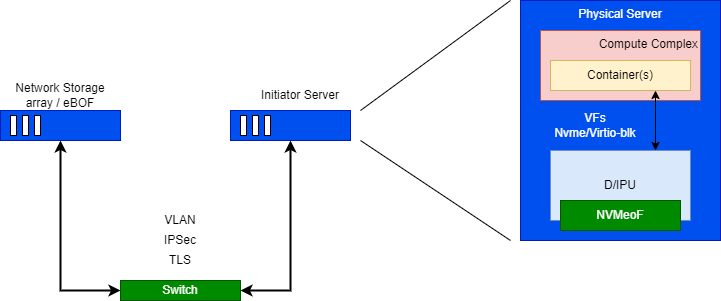
This is doc/images/API-Storage-Use-Case.png from tedstreete/opi-api, a draw.io export, as it was before one commit. Source tidied: cells renumbered, new cells last; positions are measured from the earlier drawing's top-left corner, leaving out a move shared by most shapes. Its diagram source:
```xml
<mxGraphModel>
  <root>
    <mxCell id="0" />
    <mxCell id="1" parent="0" />
    <mxCell id="2" style="group;fillColor=#0050ef;fontColor=#ffffff;strokeColor=#001DBC;" parent="1" vertex="1">
      <mxGeometry y="110" width="120" height="30" as="geometry" />
    </mxCell>
    <mxCell id="3" style="group;fillColor=#0050ef;fontColor=#ffffff;strokeColor=#001DBC;" parent="1" vertex="1">
      <mxGeometry x="230" y="110" width="120" height="30" as="geometry" />
    </mxCell>
    <mxCell id="4" value="Network Storage array / eBOF" style="text;html=1;strokeColor=none;fillColor=none;align=center;verticalAlign=middle;whiteSpace=wrap;rounded=0;" parent="1" vertex="1">
      <mxGeometry y="80" width="120" height="30" as="geometry" />
    </mxCell>
    <mxCell id="5" value="Initiator Server" style="text;html=1;strokeColor=none;fillColor=none;align=center;verticalAlign=middle;whiteSpace=wrap;rounded=0;" parent="1" vertex="1">
      <mxGeometry x="250" y="80" width="100" height="30" as="geometry" />
    </mxCell>
    <mxCell id="6" value="VLAN" style="text;html=1;strokeColor=none;fillColor=none;align=center;verticalAlign=middle;whiteSpace=wrap;rounded=0;" parent="1" vertex="1">
      <mxGeometry x="150" y="210" width="60" height="20" as="geometry" />
    </mxCell>
    <mxCell id="7" style="rounded=0;whiteSpace=wrap;html=1;fillColor=#0050ef;fontColor=#ffffff;strokeColor=#001DBC;" parent="1" vertex="1">
      <mxGeometry y="110" width="120" height="30" as="geometry" />
    </mxCell>
    <mxCell id="8" style="group;" parent="1" vertex="1">
      <mxGeometry x="10" y="115" width="30" height="20" as="geometry" />
    </mxCell>
    <mxCell id="9" style="rounded=0;whiteSpace=wrap;html=1;" parent="8" vertex="1">
      <mxGeometry width="6" height="20" as="geometry" />
    </mxCell>
    <mxCell id="10" style="rounded=0;whiteSpace=wrap;html=1;" parent="8" vertex="1">
      <mxGeometry x="24" width="6" height="20" as="geometry" />
    </mxCell>
    <mxCell id="11" style="rounded=0;whiteSpace=wrap;html=1;" parent="8" vertex="1">
      <mxGeometry x="12" width="6" height="20" as="geometry" />
    </mxCell>
    <mxCell id="12" style="rounded=0;whiteSpace=wrap;html=1;fillColor=#0050ef;fontColor=#ffffff;strokeColor=#001DBC;" parent="1" vertex="1">
      <mxGeometry x="230" y="110" width="120" height="30" as="geometry" />
    </mxCell>
    <mxCell id="13" style="group;" parent="1" vertex="1">
      <mxGeometry x="240" y="115" width="30" height="20" as="geometry" />
    </mxCell>
    <mxCell id="14" style="rounded=0;whiteSpace=wrap;html=1;" parent="13" vertex="1">
      <mxGeometry width="6" height="20" as="geometry" />
    </mxCell>
    <mxCell id="15" style="rounded=0;whiteSpace=wrap;html=1;" parent="13" vertex="1">
      <mxGeometry x="24" width="6" height="20" as="geometry" />
    </mxCell>
    <mxCell id="16" style="rounded=0;whiteSpace=wrap;html=1;" parent="13" vertex="1">
      <mxGeometry x="12" width="6" height="20" as="geometry" />
    </mxCell>
    <mxCell id="17" value="IPSec" style="text;html=1;strokeColor=none;fillColor=none;align=center;verticalAlign=middle;whiteSpace=wrap;rounded=0;" parent="1" vertex="1">
      <mxGeometry x="150" y="230" width="60" height="20" as="geometry" />
    </mxCell>
    <mxCell id="18" value="TLS" style="text;html=1;strokeColor=none;fillColor=none;align=center;verticalAlign=middle;whiteSpace=wrap;rounded=0;" parent="1" vertex="1">
      <mxGeometry x="150" y="250" width="60" height="20" as="geometry" />
    </mxCell>
    <mxCell id="19" value="Physical Server" style="rounded=0;whiteSpace=wrap;html=1;fontSize=12;fontColor=#ffffff;verticalAlign=top;fillColor=#0050ef;strokeColor=#001DBC;" parent="1" vertex="1">
      <mxGeometry x="520" width="200" height="240" as="geometry" />
    </mxCell>
    <mxCell id="20" value="Compute Complex&lt;br&gt;" style="rounded=0;whiteSpace=wrap;html=1;fontSize=12;strokeColor=#b85450;verticalAlign=top;align=right;fillColor=#f8cecc;" parent="1" vertex="1">
      <mxGeometry x="540" y="30" width="160" height="70" as="geometry" />
    </mxCell>
    <mxCell id="21" value="D/IPU" style="rounded=0;whiteSpace=wrap;html=1;fontSize=12;strokeColor=#6c8ebf;fillColor=#dae8fc;" parent="1" vertex="1">
      <mxGeometry x="550" y="150" width="140" height="70" as="geometry" />
    </mxCell>
    <mxCell id="22" value="NVMeoF" style="rounded=0;whiteSpace=wrap;html=1;fontSize=12;fontColor=#ffffff;strokeColor=#005700;fillColor=#008a00;" parent="1" vertex="1">
      <mxGeometry x="560" y="200" width="120" height="30" as="geometry" />
    </mxCell>
    <mxCell id="23" style="endArrow=none;html=1;rounded=0;fontSize=12;fontColor=#000000;" parent="1" edge="1">
      <mxGeometry relative="1" as="geometry">
        <mxPoint x="360" y="110" as="sourcePoint" />
        <mxPoint x="510" as="targetPoint" />
      </mxGeometry>
    </mxCell>
    <mxCell id="24" style="endArrow=none;html=1;rounded=0;fontSize=12;fontColor=#000000;" parent="1" edge="1">
      <mxGeometry relative="1" as="geometry">
        <mxPoint x="360" y="140" as="sourcePoint" />
        <mxPoint x="510" y="240" as="targetPoint" />
      </mxGeometry>
    </mxCell>
    <mxCell id="25" value="Container(s)" style="rounded=0;whiteSpace=wrap;html=1;fontSize=12;strokeColor=#d6b656;fillColor=#fff2cc;" parent="1" vertex="1">
      <mxGeometry x="550" y="60" width="140" height="30" as="geometry" />
    </mxCell>
    <mxCell id="26" style="endArrow=classic;startArrow=classic;html=1;rounded=0;fontSize=12;fontColor=#000000;entryX=0.75;entryY=1;entryDx=0;entryDy=0;exitX=0.75;exitY=0;exitDx=0;exitDy=0;" parent="1" edge="1" source="21" target="25">
      <mxGeometry relative="1" as="geometry" />
    </mxCell>
    <mxCell id="27" value="VFs&lt;br&gt;Nvme/Virtio-blk" style="text;html=1;strokeColor=none;fillColor=none;align=center;verticalAlign=middle;whiteSpace=wrap;rounded=0;fontSize=12;fontColor=#FFFFFF;" parent="1" vertex="1">
      <mxGeometry x="540" y="115" width="110" height="20" as="geometry" />
    </mxCell>
    <mxCell id="28" value="Switch" style="rounded=0;whiteSpace=wrap;html=1;fillColor=#008a00;strokeColor=#005700;fontColor=#ffffff;" parent="1" vertex="1">
      <mxGeometry x="120" y="280" width="120" height="20" as="geometry" />
    </mxCell>
    <mxCell id="29" style="endArrow=classic;startArrow=classic;html=1;rounded=0;exitX=0;exitY=0.5;exitDx=0;exitDy=0;entryX=0.5;entryY=1;entryDx=0;entryDy=0;strokeWidth=2;" parent="1" edge="1" source="28" target="7">
      <mxGeometry relative="1" as="geometry">
        <Array as="points">
          <mxPoint x="60" y="290" />
        </Array>
      </mxGeometry>
    </mxCell>
    <mxCell id="30" style="endArrow=classic;startArrow=classic;html=1;rounded=0;exitX=1;exitY=0.5;exitDx=0;exitDy=0;entryX=0.5;entryY=1;entryDx=0;entryDy=0;strokeWidth=2;" parent="1" edge="1" source="28" target="12">
      <mxGeometry relative="1" as="geometry">
        <Array as="points">
          <mxPoint x="290" y="290" />
        </Array>
      </mxGeometry>
    </mxCell>
  </root>
</mxGraphModel>
```
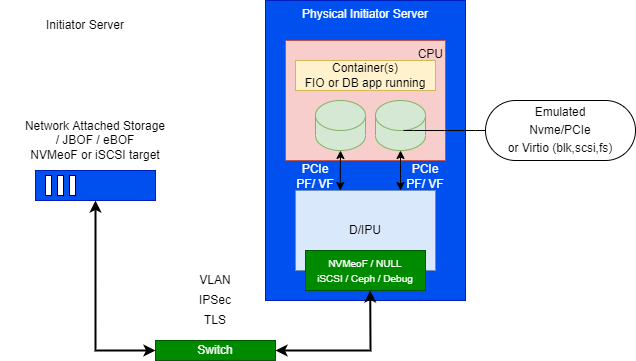
After the change.

Commit message:
storage: update storage diagram

Change to the diagram source:
```diff
@@ -1,18 +1,15 @@
-<mxGraphModel>
+<mxGraphModel background="#FFFFFF">
   <root>
     <mxCell id="0" />
     <mxCell id="1" parent="0" />
     <mxCell id="2" style="group;fillColor=#0050ef;fontColor=#ffffff;strokeColor=#001DBC;" parent="1" vertex="1">
       <mxGeometry y="110" width="120" height="30" as="geometry" />
     </mxCell>
-    <mxCell id="3" style="group;fillColor=#0050ef;fontColor=#ffffff;strokeColor=#001DBC;" parent="1" vertex="1">
-      <mxGeometry x="230" y="110" width="120" height="30" as="geometry" />
-    </mxCell>
-    <mxCell id="4" value="Network Storage array / eBOF" style="text;html=1;strokeColor=none;fillColor=none;align=center;verticalAlign=middle;whiteSpace=wrap;rounded=0;" parent="1" vertex="1">
-      <mxGeometry y="80" width="120" height="30" as="geometry" />
+    <mxCell id="4" value="Network Attached Storage&lt;br&gt;/ JBOF / eBOF&lt;br&gt;NVMeoF or iSCSI target" style="text;html=1;strokeColor=none;fillColor=none;align=center;verticalAlign=middle;whiteSpace=wrap;rounded=0;" parent="1" vertex="1">
+      <mxGeometry x="-35" y="50" width="190" height="60" as="geometry" />
     </mxCell>
     <mxCell id="5" value="Initiator Server" style="text;html=1;strokeColor=none;fillColor=none;align=center;verticalAlign=middle;whiteSpace=wrap;rounded=0;" parent="1" vertex="1">
-      <mxGeometry x="250" y="80" width="100" height="30" as="geometry" />
+      <mxGeometry y="-50" width="100" height="30" as="geometry" />
     </mxCell>
     <mxCell id="6" value="VLAN" style="text;html=1;strokeColor=none;fillColor=none;align=center;verticalAlign=middle;whiteSpace=wrap;rounded=0;" parent="1" vertex="1">
       <mxGeometry x="150" y="210" width="60" height="20" as="geometry" />
@@ -32,59 +29,29 @@
     <mxCell id="11" style="rounded=0;whiteSpace=wrap;html=1;" parent="8" vertex="1">
       <mxGeometry x="12" width="6" height="20" as="geometry" />
     </mxCell>
-    <mxCell id="12" style="rounded=0;whiteSpace=wrap;html=1;fillColor=#0050ef;fontColor=#ffffff;strokeColor=#001DBC;" parent="1" vertex="1">
-      <mxGeometry x="230" y="110" width="120" height="30" as="geometry" />
-    </mxCell>
-    <mxCell id="13" style="group;" parent="1" vertex="1">
-      <mxGeometry x="240" y="115" width="30" height="20" as="geometry" />
-    </mxCell>
-    <mxCell id="14" style="rounded=0;whiteSpace=wrap;html=1;" parent="13" vertex="1">
-      <mxGeometry width="6" height="20" as="geometry" />
-    </mxCell>
-    <mxCell id="15" style="rounded=0;whiteSpace=wrap;html=1;" parent="13" vertex="1">
-      <mxGeometry x="24" width="6" height="20" as="geometry" />
-    </mxCell>
-    <mxCell id="16" style="rounded=0;whiteSpace=wrap;html=1;" parent="13" vertex="1">
-      <mxGeometry x="12" width="6" height="20" as="geometry" />
-    </mxCell>
     <mxCell id="17" value="IPSec" style="text;html=1;strokeColor=none;fillColor=none;align=center;verticalAlign=middle;whiteSpace=wrap;rounded=0;" parent="1" vertex="1">
       <mxGeometry x="150" y="230" width="60" height="20" as="geometry" />
     </mxCell>
     <mxCell id="18" value="TLS" style="text;html=1;strokeColor=none;fillColor=none;align=center;verticalAlign=middle;whiteSpace=wrap;rounded=0;" parent="1" vertex="1">
       <mxGeometry x="150" y="250" width="60" height="20" as="geometry" />
     </mxCell>
-    <mxCell id="19" value="Physical Server" style="rounded=0;whiteSpace=wrap;html=1;fontSize=12;fontColor=#ffffff;verticalAlign=top;fillColor=#0050ef;strokeColor=#001DBC;" parent="1" vertex="1">
-      <mxGeometry x="520" width="200" height="240" as="geometry" />
+    <mxCell id="19" value="Physical Initiator Server" style="rounded=0;whiteSpace=wrap;html=1;fontSize=12;fontColor=#ffffff;verticalAlign=top;fillColor=#0050ef;strokeColor=#001DBC;" parent="1" vertex="1">
+      <mxGeometry x="230" y="-60" width="200" height="300" as="geometry" />
     </mxCell>
-    <mxCell id="20" value="Compute Complex&lt;br&gt;" style="rounded=0;whiteSpace=wrap;html=1;fontSize=12;strokeColor=#b85450;verticalAlign=top;align=right;fillColor=#f8cecc;" parent="1" vertex="1">
-      <mxGeometry x="540" y="30" width="160" height="70" as="geometry" />
+    <mxCell id="20" value="CPU" style="rounded=0;whiteSpace=wrap;html=1;fontSize=12;strokeColor=#b85450;verticalAlign=top;align=right;fillColor=#f8cecc;" parent="1" vertex="1">
+      <mxGeometry x="250" y="-20" width="160" height="120" as="geometry" />
     </mxCell>
     <mxCell id="21" value="D/IPU" style="rounded=0;whiteSpace=wrap;html=1;fontSize=12;strokeColor=#6c8ebf;fillColor=#dae8fc;" parent="1" vertex="1">
-      <mxGeometry x="550" y="150" width="140" height="70" as="geometry" />
+      <mxGeometry x="260" y="130" width="140" height="80" as="geometry" />
     </mxCell>
-    <mxCell id="22" value="NVMeoF" style="rounded=0;whiteSpace=wrap;html=1;fontSize=12;fontColor=#ffffff;strokeColor=#005700;fillColor=#008a00;" parent="1" vertex="1">
-      <mxGeometry x="560" y="200" width="120" height="30" as="geometry" />
+    <mxCell id="22" value="&lt;font style=&quot;font-size: 10px;&quot;&gt;NVMeoF / NULL&lt;br&gt;iSCSI / Ceph / Debug&lt;br&gt;&lt;/font&gt;" style="rounded=0;whiteSpace=wrap;html=1;fontSize=12;fontColor=#ffffff;strokeColor=#005700;fillColor=#008a00;" parent="1" vertex="1">
+      <mxGeometry x="270" y="190" width="120" height="40" as="geometry" />
     </mxCell>
-    <mxCell id="23" style="endArrow=none;html=1;rounded=0;fontSize=12;fontColor=#000000;" parent="1" edge="1">
-      <mxGeometry relative="1" as="geometry">
-        <mxPoint x="360" y="110" as="sourcePoint" />
-        <mxPoint x="510" as="targetPoint" />
-      </mxGeometry>
-    </mxCell>
-    <mxCell id="24" style="endArrow=none;html=1;rounded=0;fontSize=12;fontColor=#000000;" parent="1" edge="1">
-      <mxGeometry relative="1" as="geometry">
-        <mxPoint x="360" y="140" as="sourcePoint" />
-        <mxPoint x="510" y="240" as="targetPoint" />
-      </mxGeometry>
-    </mxCell>
-    <mxCell id="25" value="Container(s)" style="rounded=0;whiteSpace=wrap;html=1;fontSize=12;strokeColor=#d6b656;fillColor=#fff2cc;" parent="1" vertex="1">
-      <mxGeometry x="550" y="60" width="140" height="30" as="geometry" />
+    <mxCell id="25" value="Container(s)&lt;br&gt;FIO or DB app running" style="rounded=0;whiteSpace=wrap;html=1;fontSize=12;strokeColor=#d6b656;fillColor=#fff2cc;" parent="1" vertex="1">
+      <mxGeometry x="260" width="140" height="30" as="geometry" />
     </mxCell>
-    <mxCell id="26" style="endArrow=classic;startArrow=classic;html=1;rounded=0;fontSize=12;fontColor=#000000;entryX=0.75;entryY=1;entryDx=0;entryDy=0;exitX=0.75;exitY=0;exitDx=0;exitDy=0;" parent="1" edge="1" source="21" target="25">
-      <mxGeometry relative="1" as="geometry" />
-    </mxCell>
-    <mxCell id="27" value="VFs&lt;br&gt;Nvme/Virtio-blk" style="text;html=1;strokeColor=none;fillColor=none;align=center;verticalAlign=middle;whiteSpace=wrap;rounded=0;fontSize=12;fontColor=#FFFFFF;" parent="1" vertex="1">
-      <mxGeometry x="540" y="115" width="110" height="20" as="geometry" />
+    <mxCell id="27" value="PCIe&lt;br&gt;PF/ VF" style="text;html=1;strokeColor=none;fillColor=none;align=center;verticalAlign=middle;whiteSpace=wrap;rounded=0;fontSize=12;fontColor=#FFFFFF;" parent="1" vertex="1">
+      <mxGeometry x="260" y="106" width="40" height="20" as="geometry" />
     </mxCell>
     <mxCell id="28" value="Switch" style="rounded=0;whiteSpace=wrap;html=1;fillColor=#008a00;strokeColor=#005700;fontColor=#ffffff;" parent="1" vertex="1">
       <mxGeometry x="120" y="280" width="120" height="20" as="geometry" />
@@ -96,12 +63,40 @@
         </Array>
       </mxGeometry>
     </mxCell>
-    <mxCell id="30" style="endArrow=classic;startArrow=classic;html=1;rounded=0;exitX=1;exitY=0.5;exitDx=0;exitDy=0;entryX=0.5;entryY=1;entryDx=0;entryDy=0;strokeWidth=2;" parent="1" edge="1" source="28" target="12">
+    <mxCell id="30" style="endArrow=classic;startArrow=classic;html=1;rounded=0;exitX=1;exitY=0.5;exitDx=0;exitDy=0;strokeWidth=2;entryX=0.539;entryY=1;entryDx=0;entryDy=0;entryPerimeter=0;" parent="1" edge="1" source="28" target="22">
       <mxGeometry relative="1" as="geometry">
         <Array as="points">
-          <mxPoint x="290" y="290" />
+          <mxPoint x="335" y="290" />
         </Array>
       </mxGeometry>
     </mxCell>
+    <mxCell id="31" style="shape=cylinder3;whiteSpace=wrap;html=1;boundedLbl=1;backgroundOutline=1;size=15;fillColor=#d5e8d4;strokeColor=#82b366;" parent="1" vertex="1">
+      <mxGeometry x="340" y="40" width="50" height="50" as="geometry" />
+    </mxCell>
+    <mxCell id="32" style="shape=cylinder3;whiteSpace=wrap;html=1;boundedLbl=1;backgroundOutline=1;size=15;fillColor=#d5e8d4;strokeColor=#82b366;" parent="1" vertex="1">
+      <mxGeometry x="280" y="40" width="50" height="50" as="geometry" />
+    </mxCell>
+    <mxCell id="26" style="endArrow=classic;startArrow=classic;html=1;rounded=0;fontSize=12;fontColor=#000000;exitX=0.75;exitY=0;exitDx=0;exitDy=0;" parent="1" edge="1" source="21">
+      <mxGeometry relative="1" as="geometry">
+        <mxPoint x="365" y="90" as="targetPoint" />
+      </mxGeometry>
+    </mxCell>
+    <mxCell id="33" style="endArrow=classic;startArrow=classic;html=1;rounded=0;fontSize=12;fontColor=#000000;exitX=0.75;exitY=0;exitDx=0;exitDy=0;" parent="1" edge="1">
+      <mxGeometry relative="1" as="geometry">
+        <mxPoint x="304.7" y="130" as="sourcePoint" />
+        <mxPoint x="305" y="90" as="targetPoint" />
+      </mxGeometry>
+    </mxCell>
+    <mxCell id="34" value="PCIe&lt;br&gt;PF/ VF" style="text;html=1;strokeColor=none;fillColor=none;align=center;verticalAlign=middle;whiteSpace=wrap;rounded=0;fontSize=12;fontColor=#FFFFFF;" parent="1" vertex="1">
+      <mxGeometry x="370" y="106" width="40" height="20" as="geometry" />
+    </mxCell>
+    <mxCell id="35" value="&lt;span style=&quot;color: rgb(0, 0, 0); font-size: 12px;&quot;&gt;Emulated&lt;/span&gt;&lt;br style=&quot;color: rgb(0, 0, 0); font-size: 12px;&quot;&gt;&lt;span style=&quot;color: rgb(0, 0, 0); font-size: 12px;&quot;&gt;Nvme/PCIe&lt;/span&gt;&lt;br style=&quot;color: rgb(0, 0, 0); font-size: 12px;&quot;&gt;&lt;span style=&quot;color: rgb(0, 0, 0); font-size: 12px;&quot;&gt;or Virtio (blk,scsi,fs)&lt;/span&gt;" style="whiteSpace=wrap;html=1;rounded=1;arcSize=50;align=center;verticalAlign=middle;strokeWidth=1;spacing=4;newEdgeStyle={&quot;edgeStyle&quot;:&quot;entityRelationEdgeStyle&quot;,&quot;startArrow&quot;:&quot;none&quot;,&quot;endArrow&quot;:&quot;none&quot;,&quot;segment&quot;:10,&quot;curved&quot;:1};fontSize=8;fontColor=#FFFFFF;" parent="1" vertex="1">
+      <mxGeometry x="450" y="40" width="150" height="60" as="geometry" />
+    </mxCell>
+    <mxCell id="36" style="edgeStyle=entityRelationEdgeStyle;startArrow=none;endArrow=none;segment=10;curved=1;rounded=0;fontSize=8;fontColor=#FFFFFF;" parent="1" edge="1" target="35">
+      <mxGeometry relative="1" as="geometry">
+        <mxPoint x="368" y="70" as="sourcePoint" />
+      </mxGeometry>
+    </mxCell>
   </root>
 </mxGraphModel>
```
